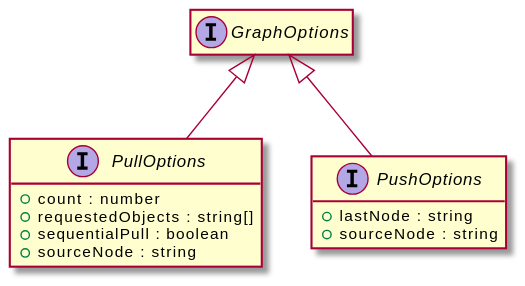
OpenHPS/openhps-core keeps this PlantUML diagram as assets/GraphOptions-umlClassDiagram-9.svg. Above is the earlier version.
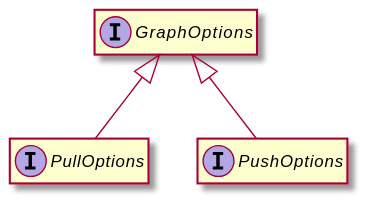
Above is the later version.

Diff of the diagram source:
```diff
@@ -5,15 +5,9 @@
 interface "GraphOptions" {
 }
 interface "PullOptions" {
-    +count : number
-    +requestedObjects : string[]
-    +sequentialPull : boolean
-    +sourceNode : string
 }
 "GraphOptions" <|-- "PullOptions"
 interface "PushOptions" {
-    +lastNode : string
-    +sourceNode : string
 }
 "GraphOptions" <|-- "PushOptions"
 @enduml
```
